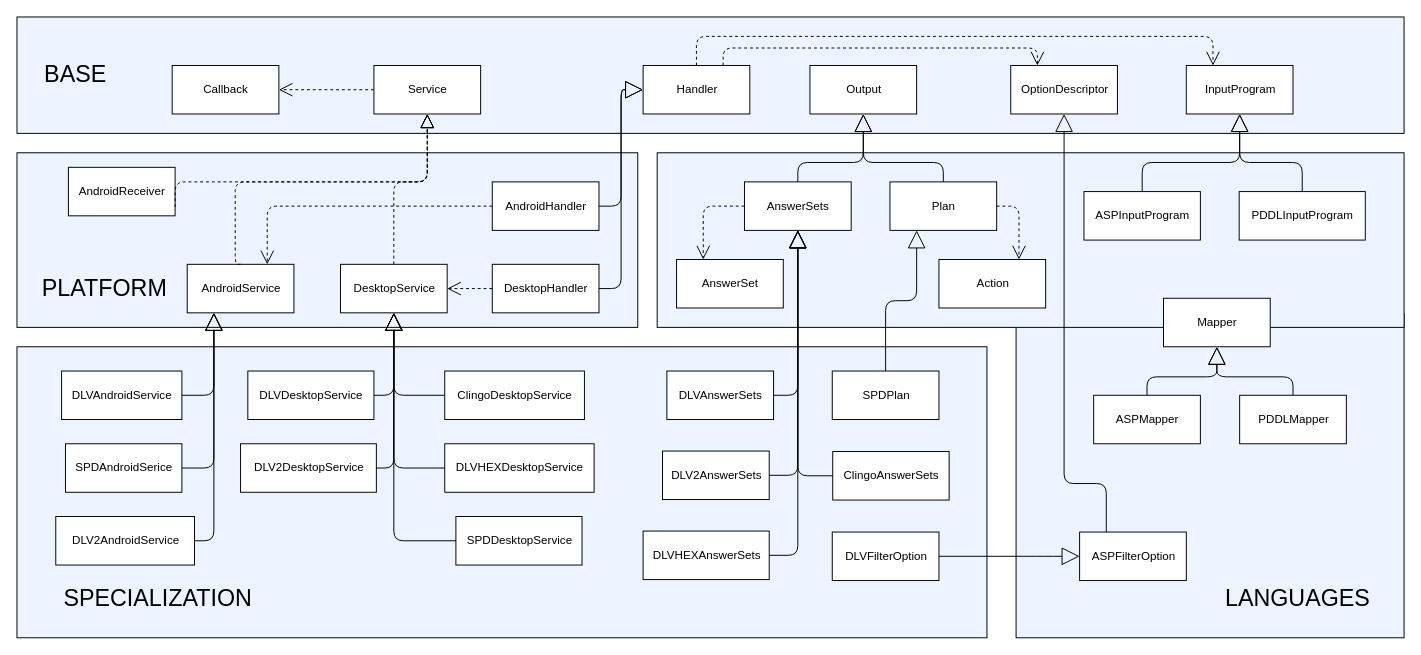
Before: Documentazione/diagrammi_drawio/java.drawio in MarcoBellizzi/Tirocinio, a draw.io diagram. Source tidied: cells renumbered, new cells numbered last; positions are measured from the earlier drawing's top-left corner, leaving out a move shared by most shapes. Both pictures are drawn from the tidied source at 97%, with x=0, y=0 at pixel (16, 16).
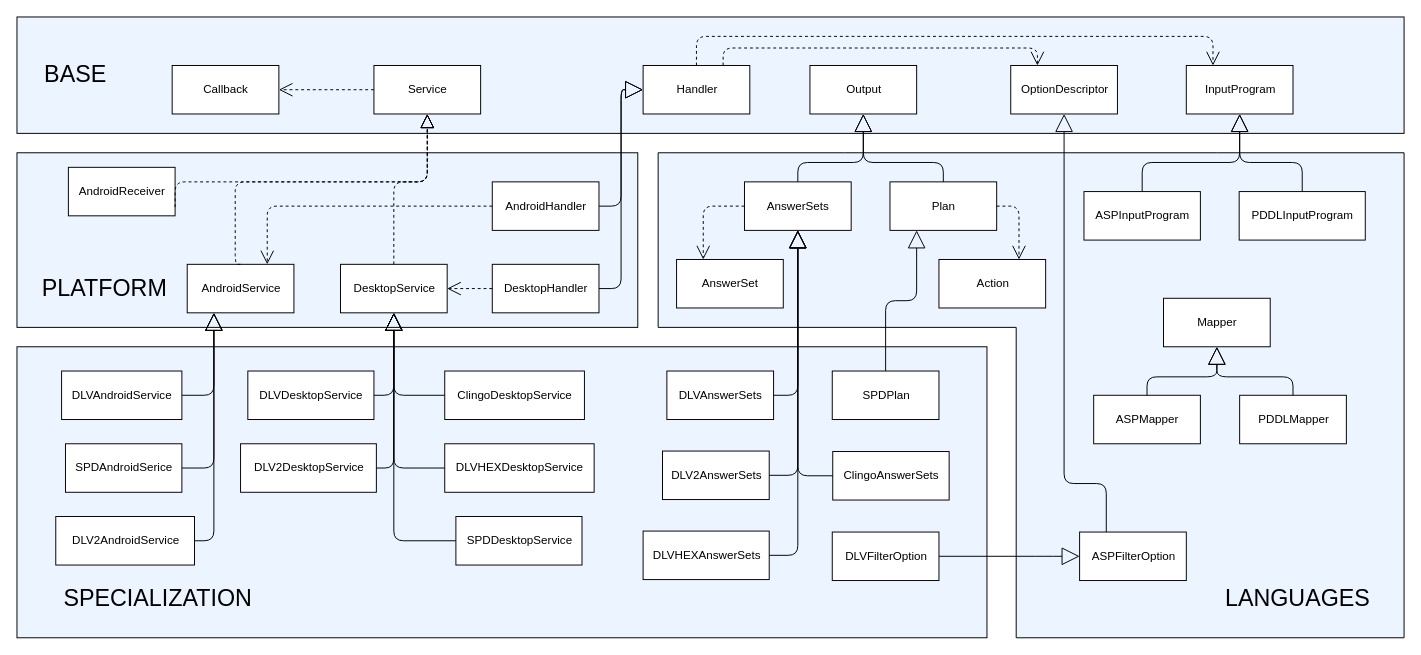
The same diagram, later.

Change to the diagram source:
```diff
@@
-    <mxCell id="2" style="whiteSpace=wrap;html=1;fillColor=#EBF4FF;" parent="1" vertex="1">
-      <mxGeometry x="1030" y="306" width="400" height="334" as="geometry" />
-    </mxCell>
-    <mxCell id="3" style="whiteSpace=wrap;html=1;fillColor=#EBF4FF;" parent="1" vertex="1">
-      <mxGeometry x="660" y="140" width="770" height="180" as="geometry" />
-    </mxCell>
+    <mxCell id="79" style="verticalLabelPosition=bottom;verticalAlign=top;html=1;shape=mxgraph.basic.polygon;polyCoords=[[0.25,0],[0.75,0],[1,0],[1,1],[0.48,1],[0.48,0.36],[0,0.36],[0,0]];polyline=0;fillColor=#EBF4FF;" parent="1" vertex="1">
+      <mxGeometry x="661" y="140" width="769" height="500" as="geometry" />
+    </mxCell>
```
